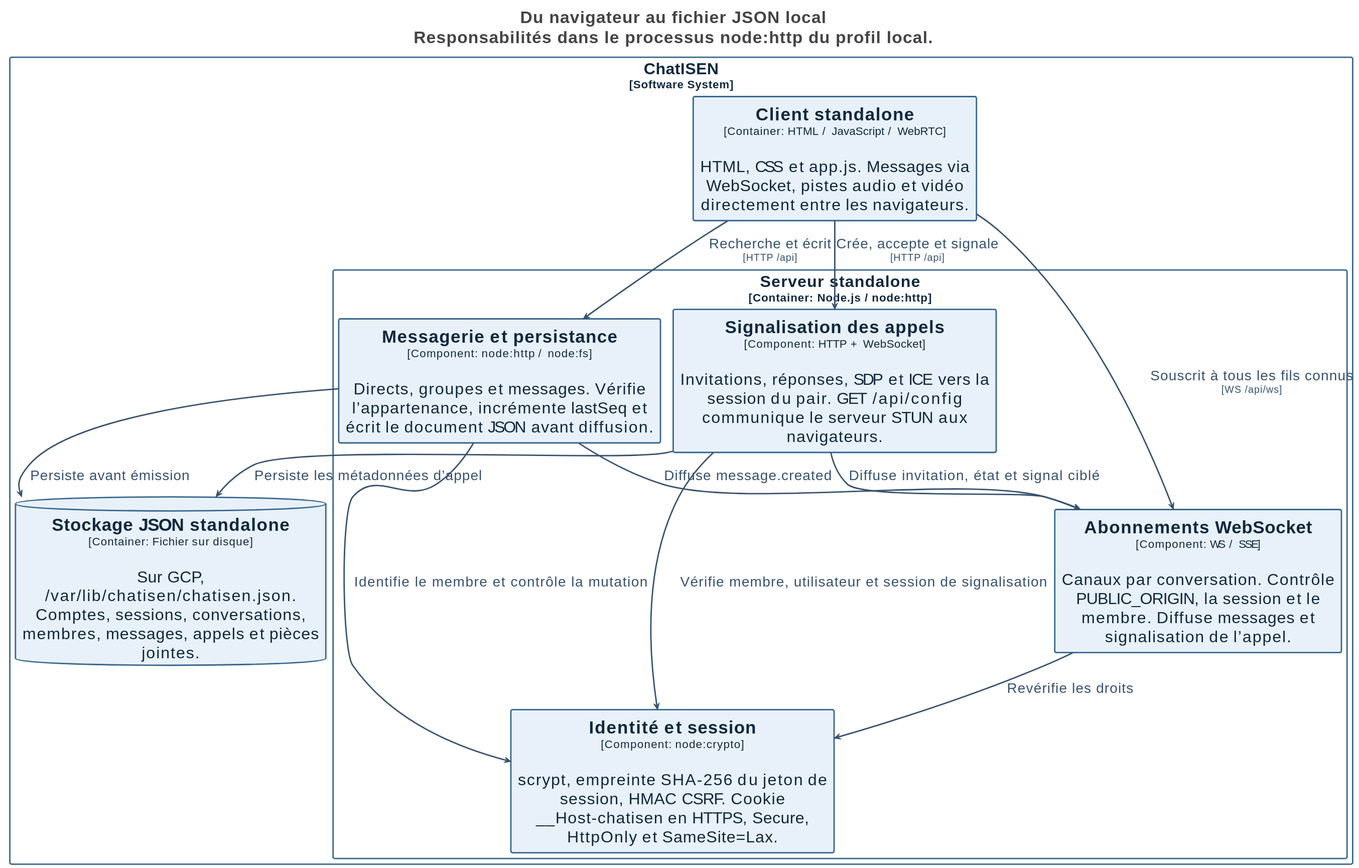
Zayonx-0/ChatISEN keeps this PlantUML diagram as docs/architecture/svg/16-standalone.svg. Above is the earlier version.
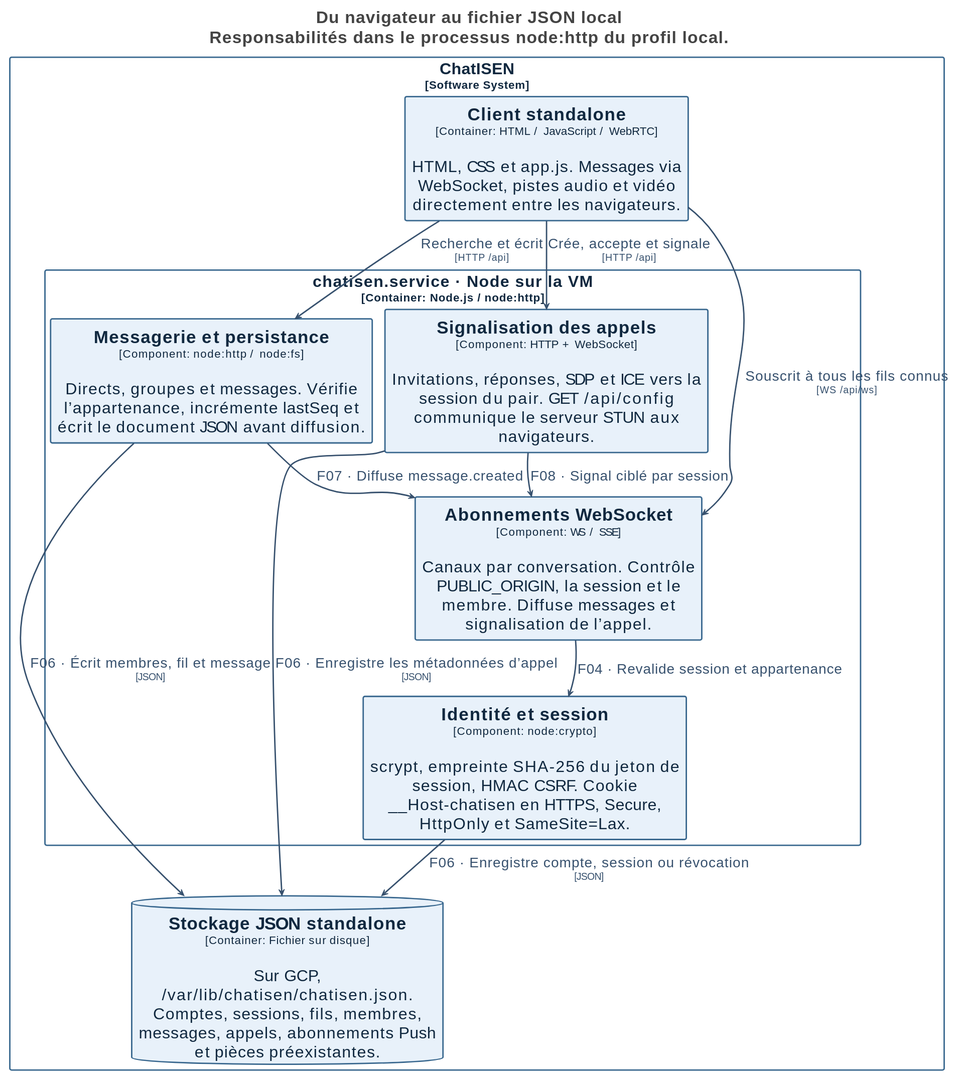
After the commit.

The edit, as a diff of the source:
```diff
@@ -57,8 +57,8 @@
     HorizontalAlignment: center;
     Shadowing: 0;
   }
-  // Serveur standalone
-  .Boundary-U2VydmV1ciBzdGFuZGFsb25l {
+  // chatisen.service · Node sur la VM
+  .Boundary-Y2hhdGlzZW4uc2VydmljZSDCtyBOb2RlIHN1ciBsYSBWTQ== {
     BackgroundColor: #ffffff;
     LineColor: #38678e;
     LineStyle: 0;
@@ -71,25 +71,24 @@
 </style>
 
 rectangle "ChatISEN\n<size:16>[Software System]</size>" <<Boundary-Q2hhdElTRU4=>> {
-  rectangle "Serveur standalone\n<size:16>[Container: Node.js / node:http]</size>" <<Boundary-U2VydmV1ciBzdGFuZGFsb25l>> {
-    rectangle "==Identité et session\n<size:16>[Component: node:crypto]</size>\n\nscrypt, empreinte SHA-256 du jeton de session, HMAC CSRF. Cookie __Host-chatisen en HTTPS, Secure, HttpOnly et SameSite=Lax." <<Element-RWxlbWVudA==>> as ChatISEN.Serveurstandalone.Identitéetsession
-    rectangle "==Messagerie et persistance\n<size:16>[Component: node:http / node:fs]</size>\n\nDirects, groupes et messages. Vérifie l’appartenance, incrémente lastSeq et écrit le document JSON avant diffusion." <<Element-RWxlbWVudA==>> as ChatISEN.Serveurstandalone.Messagerieetpersistance
-    rectangle "==Abonnements WebSocket\n<size:16>[Component: WS / SSE]</size>\n\nCanaux par conversation. Contrôle PUBLIC_ORIGIN, la session et le membre. Diffuse messages et signalisation de l’appel." <<Element-RWxlbWVudA==>> as ChatISEN.Serveurstandalone.AbonnementsWebSocket
-    rectangle "==Signalisation des appels\n<size:16>[Component: HTTP + WebSocket]</size>\n\nInvitations, réponses, SDP et ICE vers la session du pair. GET /api/config communique le serveur STUN aux navigateurs." <<Element-RWxlbWVudA==>> as ChatISEN.Serveurstandalone.Signalisationdesappels
+  rectangle "chatisen.service · Node sur la VM\n<size:16>[Container: Node.js / node:http]</size>" <<Boundary-Y2hhdGlzZW4uc2VydmljZSDCtyBOb2RlIHN1ciBsYSBWTQ==>> {
+    rectangle "==Identité et session\n<size:16>[Component: node:crypto]</size>\n\nscrypt, empreinte SHA-256 du jeton de session, HMAC CSRF. Cookie __Host-chatisen en HTTPS, Secure, HttpOnly et SameSite=Lax." <<Element-RWxlbWVudA==>> as ChatISEN.chatisenserviceNodesurlaVM.Identitéetsession
+    rectangle "==Messagerie et persistance\n<size:16>[Component: node:http / node:fs]</size>\n\nDirects, groupes et messages. Vérifie l’appartenance, incrémente lastSeq et écrit le document JSON avant diffusion." <<Element-RWxlbWVudA==>> as ChatISEN.chatisenserviceNodesurlaVM.Messagerieetpersistance
+    rectangle "==Abonnements WebSocket\n<size:16>[Component: WS / SSE]</size>\n\nCanaux par conversation. Contrôle PUBLIC_ORIGIN, la session et le membre. Diffuse messages et signalisation de l’appel." <<Element-RWxlbWVudA==>> as ChatISEN.chatisenserviceNodesurlaVM.AbonnementsWebSocket
+    rectangle "==Signalisation des appels\n<size:16>[Component: HTTP + WebSocket]</size>\n\nInvitations, réponses, SDP et ICE vers la session du pair. GET /api/config communique le serveur STUN aux navigateurs." <<Element-RWxlbWVudA==>> as ChatISEN.chatisenserviceNodesurlaVM.Signalisationdesappels
   }
 
   rectangle "==Client standalone\n<size:16>[Container: HTML / JavaScript / WebRTC]</size>\n\nHTML, CSS et app.js. Messages via WebSocket, pistes audio et vidéo directement entre les navigateurs." <<Element-RWxlbWVudA==>> as ChatISEN.Clientstandalone
-  database "==Stockage JSON standalone\n<size:16>[Container: Fichier sur disque]</size>\n\nSur GCP, /var/lib/chatisen/chatisen.json. Comptes, sessions, conversations, membres, messages, appels et pièces jointes." <<Element-RWxlbWVudCxEYXRhYmFzZQ==>> as ChatISEN.StockageJSONstandalone
+  database "==Stockage JSON standalone\n<size:16>[Container: Fichier sur disque]</size>\n\nSur GCP, /var/lib/chatisen/chatisen.json. Comptes, sessions, fils, membres, messages, appels, abonnements Push et pièces préexistantes." <<Element-RWxlbWVudCxEYXRhYmFzZQ==>> as ChatISEN.StockageJSONstandalone
 }
 
-ChatISEN.Clientstandalone --> ChatISEN.Serveurstandalone.Messagerieetpersistance <<Relationship-UmVsYXRpb25zaGlw>> : "Recherche et écrit\n<size:14>[HTTP /api]</size>"
-ChatISEN.Clientstandalone --> ChatISEN.Serveurstandalone.AbonnementsWebSocket <<Relationship-UmVsYXRpb25zaGlw>> : "Souscrit à tous les fils connus\n<size:14>[WS /api/ws]</size>"
-ChatISEN.Clientstandalone --> ChatISEN.Serveurstandalone.Signalisationdesappels <<Relationship-UmVsYXRpb25zaGlw>> : "Crée, accepte et signale\n<size:14>[HTTP /api]</size>"
-ChatISEN.Serveurstandalone.Messagerieetpersistance --> ChatISEN.Serveurstandalone.Identitéetsession <<Relationship-UmVsYXRpb25zaGlw>> : "Identifie le membre et contrôle la mutation"
-ChatISEN.Serveurstandalone.Signalisationdesappels --> ChatISEN.Serveurstandalone.Identitéetsession <<Relationship-UmVsYXRpb25zaGlw>> : "Vérifie membre, utilisateur et session de signalisation"
-ChatISEN.Serveurstandalone.Messagerieetpersistance --> ChatISEN.StockageJSONstandalone <<Relationship-UmVsYXRpb25zaGlw>> : "Persiste avant émission"
-ChatISEN.Serveurstandalone.Signalisationdesappels --> ChatISEN.StockageJSONstandalone <<Relationship-UmVsYXRpb25zaGlw>> : "Persiste les métadonnées d’appel"
-ChatISEN.Serveurstandalone.Messagerieetpersistance --> ChatISEN.Serveurstandalone.AbonnementsWebSocket <<Relationship-UmVsYXRpb25zaGlw>> : "Diffuse message.created"
-ChatISEN.Serveurstandalone.Signalisationdesappels --> ChatISEN.Serveurstandalone.AbonnementsWebSocket <<Relationship-UmVsYXRpb25zaGlw>> : "Diffuse invitation, état et signal ciblé"
-ChatISEN.Serveurstandalone.AbonnementsWebSocket --> ChatISEN.Serveurstandalone.Identitéetsession <<Relationship-UmVsYXRpb25zaGlw>> : "Revérifie les droits"
+ChatISEN.Clientstandalone --> ChatISEN.chatisenserviceNodesurlaVM.Messagerieetpersistance <<Relationship-UmVsYXRpb25zaGlw>> : "Recherche et écrit\n<size:14>[HTTP /api]</size>"
+ChatISEN.Clientstandalone --> ChatISEN.chatisenserviceNodesurlaVM.AbonnementsWebSocket <<Relationship-UmVsYXRpb25zaGlw>> : "Souscrit à tous les fils connus\n<size:14>[WS /api/ws]</size>"
+ChatISEN.Clientstandalone --> ChatISEN.chatisenserviceNodesurlaVM.Signalisationdesappels <<Relationship-UmVsYXRpb25zaGlw>> : "Crée, accepte et signale\n<size:14>[HTTP /api]</size>"
+ChatISEN.chatisenserviceNodesurlaVM.Identitéetsession --> ChatISEN.StockageJSONstandalone <<Relationship-UmVsYXRpb25zaGlw>> : "F06 · Enregistre compte, session ou révocation\n<size:14>[JSON]</size>"
+ChatISEN.chatisenserviceNodesurlaVM.Messagerieetpersistance --> ChatISEN.StockageJSONstandalone <<Relationship-UmVsYXRpb25zaGlw>> : "F06 · Écrit membres, fil et message\n<size:14>[JSON]</size>"
+ChatISEN.chatisenserviceNodesurlaVM.Signalisationdesappels --> ChatISEN.StockageJSONstandalone <<Relationship-UmVsYXRpb25zaGlw>> : "F06 · Enregistre les métadonnées d’appel\n<size:14>[JSON]</size>"
+ChatISEN.chatisenserviceNodesurlaVM.Messagerieetpersistance --> ChatISEN.chatisenserviceNodesurlaVM.AbonnementsWebSocket <<Relationship-UmVsYXRpb25zaGlw>> : "F07 · Diffuse message.created"
+ChatISEN.chatisenserviceNodesurlaVM.Signalisationdesappels --> ChatISEN.chatisenserviceNodesurlaVM.AbonnementsWebSocket <<Relationship-UmVsYXRpb25zaGlw>> : "F08 · Signal ciblé par session"
+ChatISEN.chatisenserviceNodesurlaVM.AbonnementsWebSocket --> ChatISEN.chatisenserviceNodesurlaVM.Identitéetsession <<Relationship-UmVsYXRpb25zaGlw>> : "F04 · Revalide session et appartenance"
 @enduml
```
